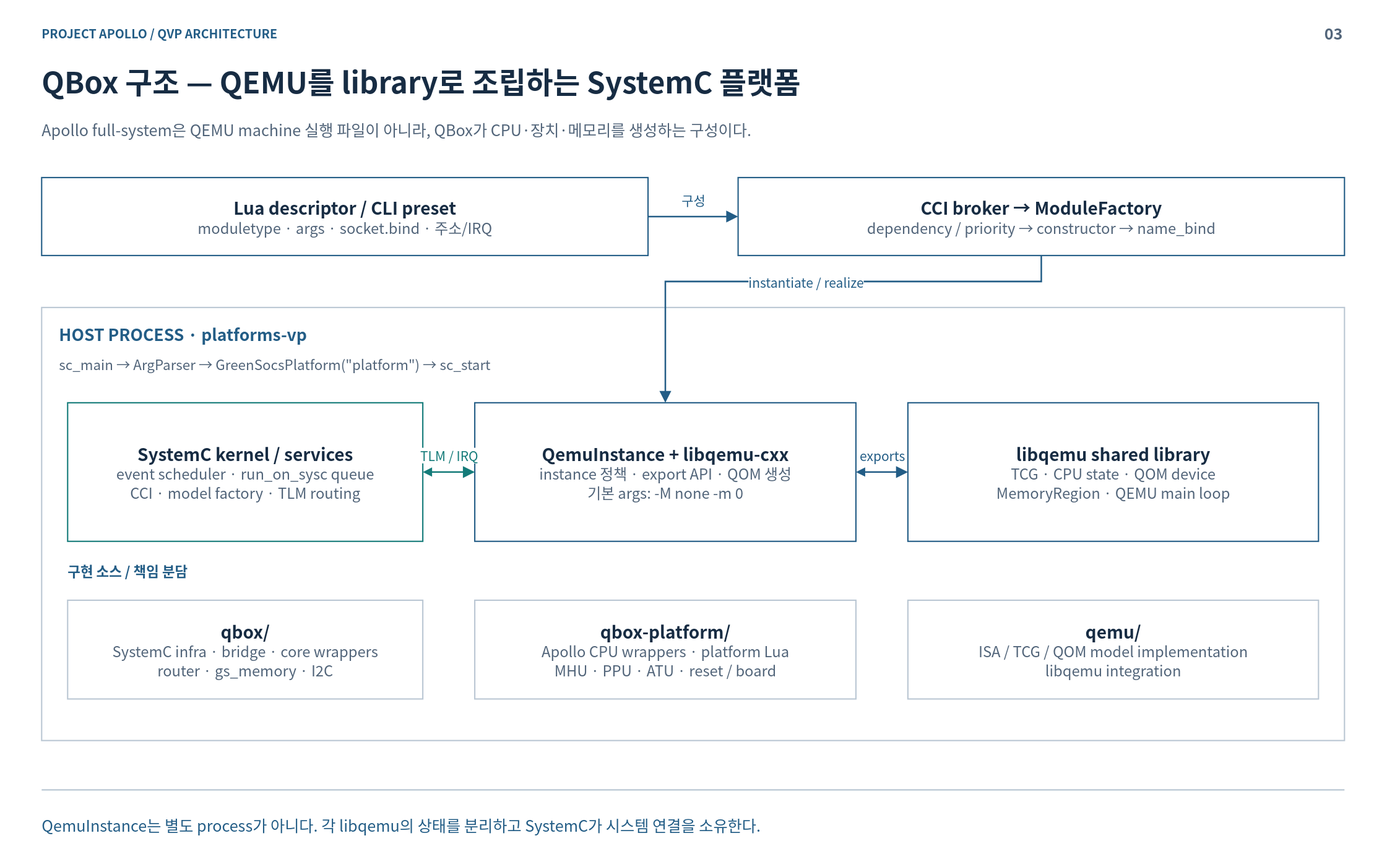
The draw.io diagram doc/phase1/qbox/diagrams/03-qbox-core.drawio.svg in cometzero/project-apollo, before a commit. Source tidied: cells renumbered, new cells last; positions are measured from the earlier drawing's top-left corner, leaving out a move shared by most shapes.
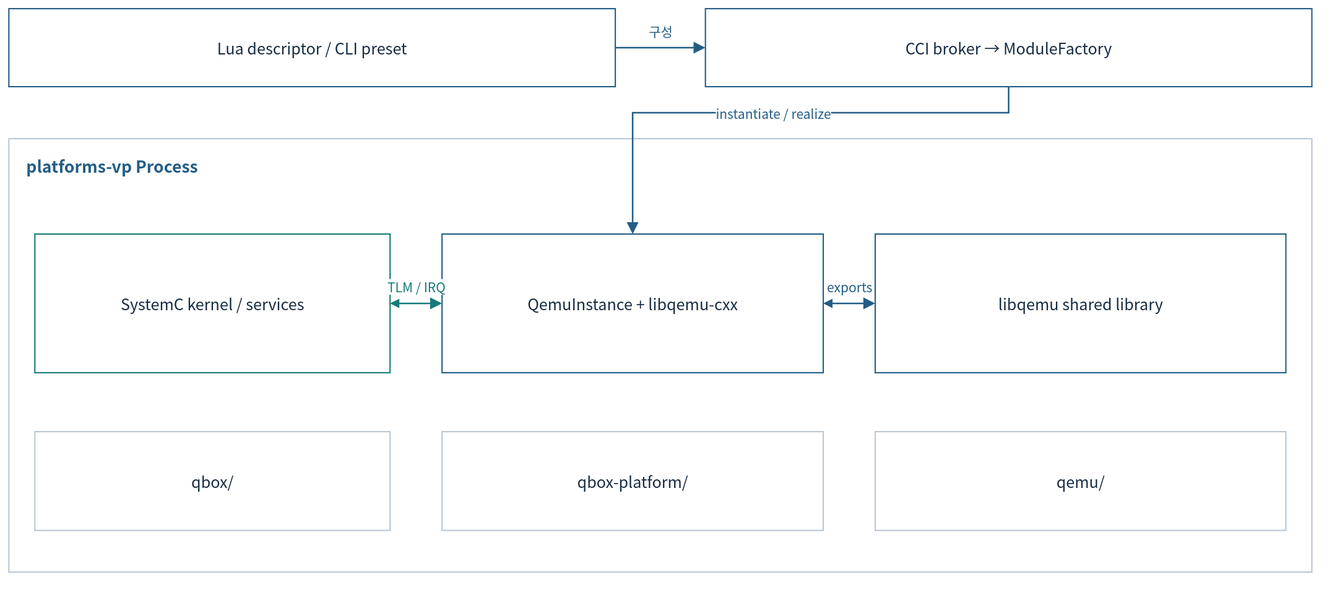
After the change.

Diff of the diagram source:
```diff
@@ -2,34 +2,10 @@
   <root>
     <mxCell id="0" />
     <mxCell id="1" parent="0" />
-    <mxCell id="2" style="rounded=0;whiteSpace=wrap;html=1;fillColor=#FFFFFF;strokeColor=none;strokeWidth=1.5;fontColor=#172C43;fontFamily=Noto Sans CJK KR;fontSize=18;spacing=14;" parent="1" vertex="1">
-      <mxGeometry width="1600" height="1000" as="geometry" />
-    </mxCell>
-    <mxCell id="3" value="PROJECT APOLLO  /  QVP ARCHITECTURE" style="rounded=0;whiteSpace=wrap;html=1;fillColor=#FFFFFF;strokeColor=none;strokeWidth=1.5;fontColor=#172C43;fontFamily=Noto Sans CJK KR;fontSize=18;spacing=14;fillColor=none;align=left;verticalAlign=middle;spacing=0;fontSize=14;fontColor=#235D86;fontStyle=1;" parent="1" vertex="1">
-      <mxGeometry x="48" y="26" width="1400" height="24" as="geometry" />
-    </mxCell>
-    <mxCell id="4" value="03" style="rounded=0;whiteSpace=wrap;html=1;fillColor=#FFFFFF;strokeColor=none;strokeWidth=1.5;fontColor=#172C43;fontFamily=Noto Sans CJK KR;fontSize=18;spacing=14;fillColor=none;align=right;verticalAlign=middle;spacing=0;fontSize=18;fontColor=#52657A;fontStyle=1;" parent="1" vertex="1">
-      <mxGeometry x="1485" y="23" width="65" height="30" as="geometry" />
-    </mxCell>
-    <mxCell id="5" value="QBox 구조 — QEMU를 library로 조립하는 SystemC 플랫폼" style="rounded=0;whiteSpace=wrap;html=1;fillColor=#FFFFFF;strokeColor=none;strokeWidth=1.5;fontColor=#172C43;fontFamily=Noto Sans CJK KR;fontSize=18;spacing=14;fillColor=none;align=left;verticalAlign=middle;spacing=0;fontSize=34;fontColor=#172C43;fontStyle=1;" parent="1" vertex="1">
-      <mxGeometry x="48" y="67" width="1504" height="54" as="geometry" />
-    </mxCell>
-    <mxCell id="6" value="Apollo full-system은 QEMU machine 실행 파일이 아니라, QBox가 CPU·장치·메모리를 생성하는 구성이다." style="rounded=0;whiteSpace=wrap;html=1;fillColor=#FFFFFF;strokeColor=none;strokeWidth=1.5;fontColor=#172C43;fontFamily=Noto Sans CJK KR;fontSize=18;spacing=14;fillColor=none;align=left;verticalAlign=middle;spacing=0;fontSize=18;fontColor=#52657A;" parent="1" vertex="1">
-      <mxGeometry x="48" y="127" width="1504" height="44" as="geometry" />
-    </mxCell>
-    <mxCell id="7" style="html=1;rounded=0;edgeStyle=none;endArrow=none;endSize=9;strokeColor=#BAC7D3;strokeWidth=1.6;fontColor=#BAC7D3;fontFamily=Noto Sans CJK KR;fontSize=15;labelBackgroundColor=#FFFFFF;" parent="1" edge="1">
-      <mxGeometry relative="1" as="geometry">
-        <mxPoint x="48" y="912" as="sourcePoint" />
-        <mxPoint x="1552" y="912" as="targetPoint" />
-      </mxGeometry>
-    </mxCell>
-    <mxCell id="8" value="QemuInstance는 별도 process가 아니다. 각 libqemu의 상태를 분리하고 SystemC가 시스템 연결을 소유한다." style="rounded=0;whiteSpace=wrap;html=1;fillColor=#FFFFFF;strokeColor=none;strokeWidth=1.5;fontColor=#172C43;fontFamily=Noto Sans CJK KR;fontSize=18;spacing=14;fillColor=none;align=left;verticalAlign=middle;spacing=0;fontSize=18;fontColor=#235D86;" parent="1" vertex="1">
-      <mxGeometry x="48" y="926" width="1504" height="52" as="geometry" />
-    </mxCell>
-    <mxCell id="9" value="&lt;b style=&quot;font-size:20px&quot;&gt;Lua descriptor / CLI preset&lt;/b&gt;&lt;br&gt;&lt;font color=&quot;#52657A&quot; style=&quot;font-size:17px&quot;&gt;moduletype · args · socket.bind · 주소/IRQ&lt;/font&gt;" style="rounded=0;whiteSpace=wrap;html=1;fillColor=#FFFFFF;strokeColor=#235D86;strokeWidth=1.5;fontColor=#172C43;fontFamily=Noto Sans CJK KR;fontSize=18;spacing=14;" parent="1" vertex="1">
+    <mxCell id="9" value="Lua descriptor / CLI preset" style="rounded=0;whiteSpace=wrap;html=1;fillColor=#FFFFFF;strokeColor=#235D86;strokeWidth=1.5;fontColor=#172C43;fontFamily=Noto Sans CJK KR;fontSize=18;spacing=14;" parent="1" vertex="1">
       <mxGeometry x="48" y="205" width="700" height="90" as="geometry" />
     </mxCell>
-    <mxCell id="10" value="&lt;b style=&quot;font-size:20px&quot;&gt;CCI broker → ModuleFactory&lt;/b&gt;&lt;br&gt;&lt;font color=&quot;#52657A&quot; style=&quot;font-size:17px&quot;&gt;dependency / priority → constructor → name_bind&lt;/font&gt;" style="rounded=0;whiteSpace=wrap;html=1;fillColor=#FFFFFF;strokeColor=#235D86;strokeWidth=1.5;fontColor=#172C43;fontFamily=Noto Sans CJK KR;fontSize=18;spacing=14;" parent="1" vertex="1">
+    <mxCell id="10" value="CCI broker → ModuleFactory" style="rounded=0;whiteSpace=wrap;html=1;fillColor=#FFFFFF;strokeColor=#235D86;strokeWidth=1.5;fontColor=#172C43;fontFamily=Noto Sans CJK KR;fontSize=18;spacing=14;" parent="1" vertex="1">
       <mxGeometry x="852" y="205" width="700" height="90" as="geometry" />
     </mxCell>
     <mxCell id="11" value="구성" style="html=1;whiteSpace=nowrap;rounded=0;edgeStyle=none;endArrow=block;endFill=1;endSize=9;strokeColor=#235D86;strokeWidth=1.8;fontColor=#235D86;fontFamily=Noto Sans CJK KR;fontSize=15;labelBackgroundColor=#FFFFFF;exitX=1;exitY=0.5;exitDx=0;exitDy=0;entryX=0;entryY=0.5;entryDx=0;entryDy=0;" parent="1" edge="1" source="9" target="10">
@@ -40,19 +16,16 @@
     <mxCell id="12" style="rounded=0;whiteSpace=wrap;html=1;fillColor=#FFFFFF;strokeColor=#BAC7D3;strokeWidth=1.5;fontColor=#172C43;fontFamily=Noto Sans CJK KR;fontSize=18;spacing=14;" parent="1" vertex="1">
       <mxGeometry x="48" y="355" width="1504" height="500" as="geometry" />
     </mxCell>
-    <mxCell id="13" value="HOST PROCESS  ·  platforms-vp" style="rounded=0;whiteSpace=wrap;html=1;fillColor=#FFFFFF;strokeColor=none;strokeWidth=1.5;fontColor=#172C43;fontFamily=Noto Sans CJK KR;fontSize=18;spacing=14;fillColor=none;align=left;verticalAlign=middle;spacing=0;fontSize=19;fontColor=#235D86;fontStyle=1;" parent="1" vertex="1">
+    <mxCell id="13" value="platforms-vp Process" style="rounded=0;whiteSpace=wrap;html=1;fillColor=#FFFFFF;strokeColor=none;strokeWidth=1.5;fontColor=#172C43;fontFamily=Noto Sans CJK KR;fontSize=18;spacing=14;fillColor=none;align=left;verticalAlign=middle;spacing=0;fontSize=19;fontColor=#235D86;fontStyle=1;" parent="1" vertex="1">
       <mxGeometry x="68" y="370" width="1464" height="32" as="geometry" />
     </mxCell>
-    <mxCell id="14" value="sc_main → ArgParser → GreenSocsPlatform(&amp;quot;platform&amp;quot;) → sc_start" style="rounded=0;whiteSpace=wrap;html=1;fillColor=#FFFFFF;strokeColor=none;strokeWidth=1.5;fontColor=#172C43;fontFamily=Noto Sans CJK KR;fontSize=18;spacing=14;fillColor=none;align=left;verticalAlign=middle;spacing=0;fontSize=16;fontColor=#52657A;" parent="1" vertex="1">
-      <mxGeometry x="68" y="404" width="1464" height="32" as="geometry" />
-    </mxCell>
-    <mxCell id="15" value="&lt;b style=&quot;font-size:20px&quot;&gt;SystemC kernel / services&lt;/b&gt;&lt;br&gt;&lt;font color=&quot;#52657A&quot; style=&quot;font-size:17px&quot;&gt;event scheduler · run_on_sysc queue&lt;br&gt;CCI · model factory · TLM routing&lt;/font&gt;" style="rounded=0;whiteSpace=wrap;html=1;fillColor=#FFFFFF;strokeColor=#147B79;strokeWidth=1.5;fontColor=#172C43;fontFamily=Noto Sans CJK KR;fontSize=18;spacing=14;" parent="1" vertex="1">
+    <mxCell id="15" value="SystemC kernel / services" style="rounded=0;whiteSpace=wrap;html=1;fillColor=#FFFFFF;strokeColor=#147B79;strokeWidth=1.5;fontColor=#172C43;fontFamily=Noto Sans CJK KR;fontSize=18;spacing=14;" parent="1" vertex="1">
       <mxGeometry x="78" y="465" width="410" height="160" as="geometry" />
     </mxCell>
-    <mxCell id="16" value="&lt;b style=&quot;font-size:20px&quot;&gt;QemuInstance + libqemu-cxx&lt;/b&gt;&lt;br&gt;&lt;font color=&quot;#52657A&quot; style=&quot;font-size:17px&quot;&gt;instance 정책 · export API · QOM 생성&lt;br&gt;기본 args: -M none -m 0&lt;/font&gt;" style="rounded=0;whiteSpace=wrap;html=1;fillColor=#FFFFFF;strokeColor=#235D86;strokeWidth=1.5;fontColor=#172C43;fontFamily=Noto Sans CJK KR;fontSize=18;spacing=14;" parent="1" vertex="1">
+    <mxCell id="16" value="QemuInstance + libqemu-cxx" style="rounded=0;whiteSpace=wrap;html=1;fillColor=#FFFFFF;strokeColor=#235D86;strokeWidth=1.5;fontColor=#172C43;fontFamily=Noto Sans CJK KR;fontSize=18;spacing=14;" parent="1" vertex="1">
       <mxGeometry x="548" y="465" width="440" height="160" as="geometry" />
     </mxCell>
-    <mxCell id="17" value="&lt;b style=&quot;font-size:20px&quot;&gt;libqemu shared library&lt;/b&gt;&lt;br&gt;&lt;font color=&quot;#52657A&quot; style=&quot;font-size:17px&quot;&gt;TCG · CPU state · QOM device&lt;br&gt;MemoryRegion · QEMU main loop&lt;/font&gt;" style="rounded=0;whiteSpace=wrap;html=1;fillColor=#FFFFFF;strokeColor=#235D86;strokeWidth=1.5;fontColor=#172C43;fontFamily=Noto Sans CJK KR;fontSize=18;spacing=14;" parent="1" vertex="1">
+    <mxCell id="17" value="libqemu shared library" style="rounded=0;whiteSpace=wrap;html=1;fillColor=#FFFFFF;strokeColor=#235D86;strokeWidth=1.5;fontColor=#172C43;fontFamily=Noto Sans CJK KR;fontSize=18;spacing=14;" parent="1" vertex="1">
       <mxGeometry x="1048" y="465" width="474" height="160" as="geometry" />
     </mxCell>
     <mxCell id="18" value="instantiate / realize" style="html=1;whiteSpace=nowrap;rounded=0;edgeStyle=none;endArrow=block;endFill=1;endSize=9;strokeColor=#235D86;strokeWidth=1.8;fontColor=#235D86;fontFamily=Noto Sans CJK KR;fontSize=15;labelBackgroundColor=#FFFFFF;exitX=0.5;exitY=1;exitDx=0;exitDy=0;entryX=0.5;entryY=0;entryDx=0;entryDy=0;" parent="1" edge="1" source="10" target="16">
@@ -73,16 +46,13 @@
         <mxPoint y="-20" as="offset" />
       </mxGeometry>
     </mxCell>
-    <mxCell id="21" value="구현 소스 / 책임 분담" style="rounded=0;whiteSpace=wrap;html=1;fillColor=#FFFFFF;strokeColor=none;strokeWidth=1.5;fontColor=#172C43;fontFamily=Noto Sans CJK KR;fontSize=18;spacing=14;fillColor=none;align=left;verticalAlign=middle;spacing=0;fontSize=16;fontColor=#235D86;fontStyle=1;" parent="1" vertex="1">
-      <mxGeometry x="78" y="644" width="1444" height="29" as="geometry" />
-    </mxCell>
-    <mxCell id="22" value="&lt;b style=&quot;font-size:20px&quot;&gt;qbox/&lt;/b&gt;&lt;br&gt;&lt;font color=&quot;#52657A&quot; style=&quot;font-size:17px&quot;&gt;SystemC infra · bridge · core wrappers&lt;br&gt;router · gs_memory · I2C&lt;/font&gt;" style="rounded=0;whiteSpace=wrap;html=1;fillColor=#FFFFFF;strokeColor=#BAC7D3;strokeWidth=1.5;fontColor=#172C43;fontFamily=Noto Sans CJK KR;fontSize=18;spacing=14;" parent="1" vertex="1">
+    <mxCell id="22" value="qbox/" style="rounded=0;whiteSpace=wrap;html=1;fillColor=#FFFFFF;strokeColor=#BAC7D3;strokeWidth=1.5;fontColor=#172C43;fontFamily=Noto Sans CJK KR;fontSize=18;spacing=14;" parent="1" vertex="1">
       <mxGeometry x="78" y="693" width="410" height="114" as="geometry" />
     </mxCell>
-    <mxCell id="23" value="&lt;b style=&quot;font-size:20px&quot;&gt;qbox-platform/&lt;/b&gt;&lt;br&gt;&lt;font color=&quot;#52657A&quot; style=&quot;font-size:17px&quot;&gt;Apollo CPU wrappers · platform Lua&lt;br&gt;MHU · PPU · ATU · reset / board&lt;/font&gt;" style="rounded=0;whiteSpace=wrap;html=1;fillColor=#FFFFFF;strokeColor=#BAC7D3;strokeWidth=1.5;fontColor=#172C43;fontFamily=Noto Sans CJK KR;fontSize=18;spacing=14;" parent="1" vertex="1">
+    <mxCell id="23" value="qbox-platform/" style="rounded=0;whiteSpace=wrap;html=1;fillColor=#FFFFFF;strokeColor=#BAC7D3;strokeWidth=1.5;fontColor=#172C43;fontFamily=Noto Sans CJK KR;fontSize=18;spacing=14;" parent="1" vertex="1">
       <mxGeometry x="548" y="693" width="440" height="114" as="geometry" />
     </mxCell>
-    <mxCell id="24" value="&lt;b style=&quot;font-size:20px&quot;&gt;qemu/&lt;/b&gt;&lt;br&gt;&lt;font color=&quot;#52657A&quot; style=&quot;font-size:17px&quot;&gt;ISA / TCG / QOM model implementation&lt;br&gt;libqemu integration&lt;/font&gt;" style="rounded=0;whiteSpace=wrap;html=1;fillColor=#FFFFFF;strokeColor=#BAC7D3;strokeWidth=1.5;fontColor=#172C43;fontFamily=Noto Sans CJK KR;fontSize=18;spacing=14;" parent="1" vertex="1">
+    <mxCell id="24" value="qemu/" style="rounded=0;whiteSpace=wrap;html=1;fillColor=#FFFFFF;strokeColor=#BAC7D3;strokeWidth=1.5;fontColor=#172C43;fontFamily=Noto Sans CJK KR;fontSize=18;spacing=14;" parent="1" vertex="1">
       <mxGeometry x="1048" y="693" width="474" height="114" as="geometry" />
     </mxCell>
   </root>
```
